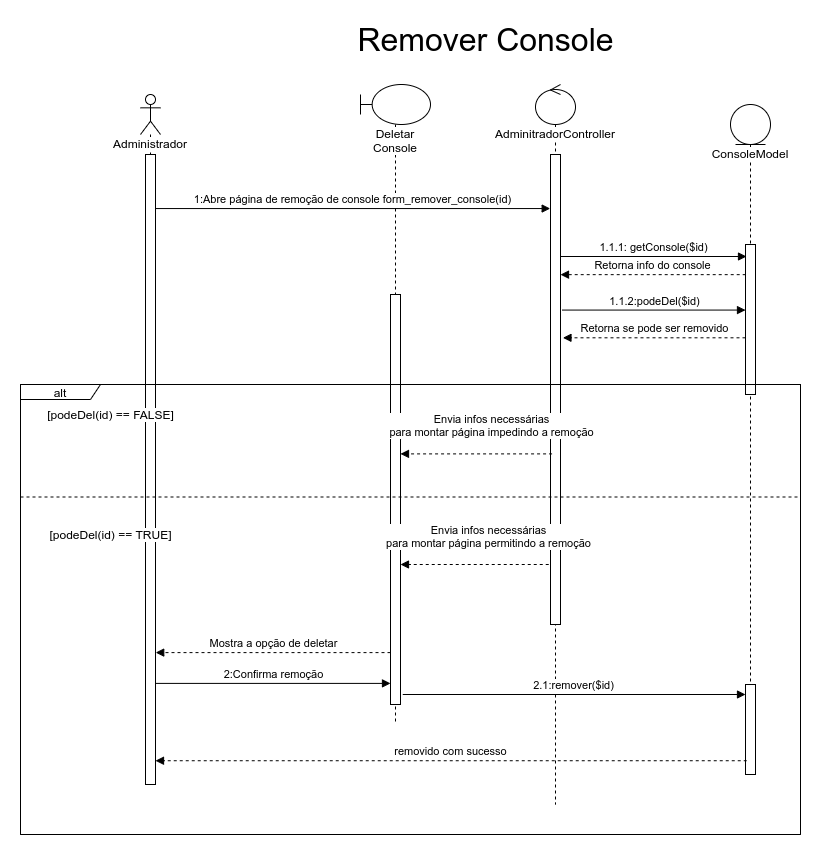
This is docs/Diagramas/Diagrama-Sequência/Sequencia-Remover Console.drawio.png from joaopaulo7/GCC188-Projeto-Final, a draw.io export, as it was before one commit. Source tidied: cells renumbered, new cells last; positions are measured from the earlier drawing's top-left corner, leaving out a move shared by most shapes.
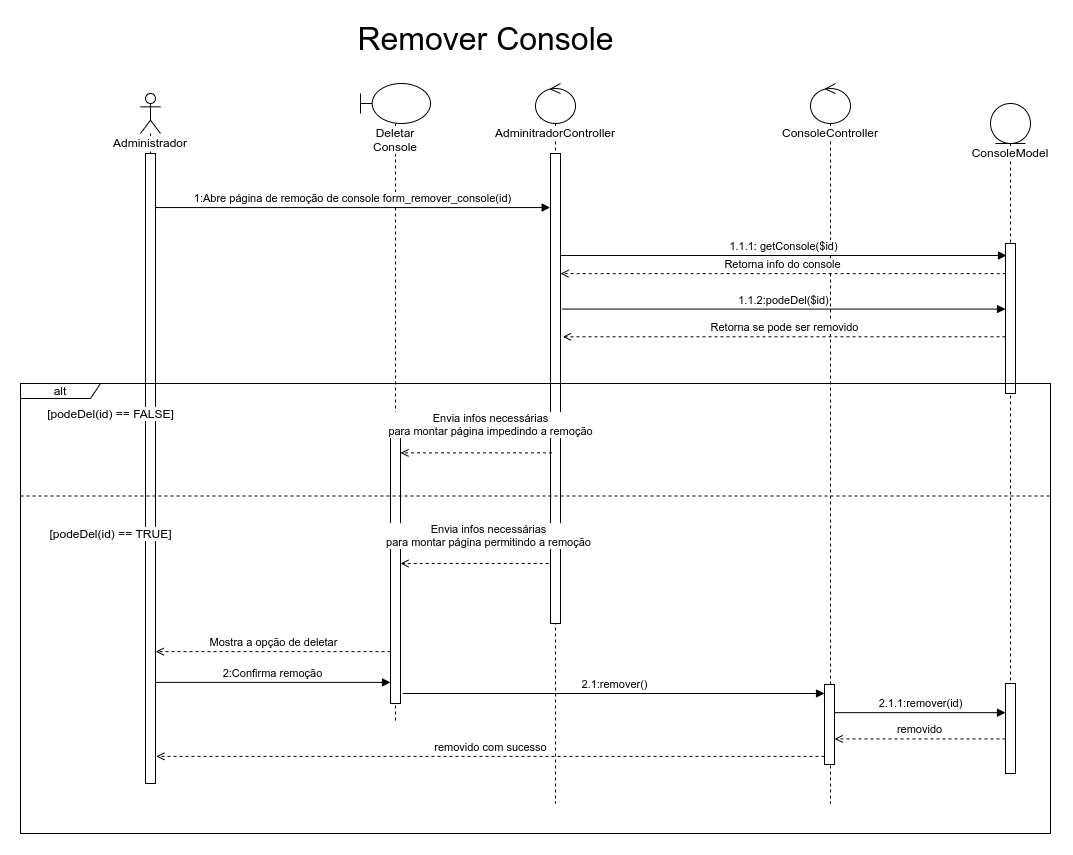
The same file after the commit.

The edit, as a diff of the source:
```diff
@@ -2,8 +2,11 @@
   <root>
     <mxCell id="0" />
     <mxCell id="1" parent="0" />
+    <mxCell id="28" value="&lt;span style=&quot;background-color: rgb(255 , 255 , 255)&quot;&gt;ConsoleController&lt;/span&gt;" style="shape=umlLifeline;participant=umlControl;perimeter=lifelinePerimeter;whiteSpace=wrap;html=1;verticalAlign=top;spacingTop=36;fillColor=default;" parent="1" vertex="1">
+      <mxGeometry x="790" y="60" width="40" height="720" as="geometry" />
+    </mxCell>
     <mxCell id="2" value="alt" style="shape=umlFrame;whiteSpace=wrap;html=1;width=80;height=15;" parent="1" vertex="1">
-      <mxGeometry y="360" width="780" height="450" as="geometry" />
+      <mxGeometry y="360" width="1030" height="450" as="geometry" />
     </mxCell>
     <mxCell id="3" value="&lt;span style=&quot;background-color: rgb(255 , 255 , 255)&quot;&gt;Administrador&lt;/span&gt;" style="shape=umlLifeline;participant=umlActor;perimeter=lifelinePerimeter;whiteSpace=wrap;html=1;verticalAlign=top;spacingTop=36;" parent="1" vertex="1">
       <mxGeometry x="120" y="70" width="20" height="690" as="geometry" />
@@ -15,7 +18,7 @@
       <mxGeometry x="340" y="60" width="70" height="640" as="geometry" />
     </mxCell>
     <mxCell id="6" style="html=1;points=[];perimeter=orthogonalPerimeter;labelBackgroundColor=none;fontSize=12;fillColor=default;" parent="5" vertex="1">
-      <mxGeometry x="30" y="210" width="10" height="410" as="geometry" />
+      <mxGeometry x="30" y="330" width="10" height="290" as="geometry" />
     </mxCell>
     <mxCell id="7" value="&lt;span style=&quot;background-color: rgb(255 , 255 , 255)&quot;&gt;AdminitradorController&lt;/span&gt;" style="shape=umlLifeline;participant=umlControl;perimeter=lifelinePerimeter;whiteSpace=wrap;html=1;verticalAlign=top;spacingTop=36;fillColor=default;" parent="1" vertex="1">
       <mxGeometry x="515" y="60" width="40" height="720" as="geometry" />
@@ -24,7 +27,7 @@
       <mxGeometry x="15" y="70" width="10" height="470" as="geometry" />
     </mxCell>
     <mxCell id="9" value="ConsoleModel" style="shape=umlLifeline;participant=umlEntity;perimeter=lifelinePerimeter;whiteSpace=wrap;html=1;verticalAlign=top;spacingTop=36;labelBackgroundColor=#FFFFFF;fillColor=default;" parent="1" vertex="1">
-      <mxGeometry x="710" y="80" width="40" height="620" as="geometry" />
+      <mxGeometry x="970" y="80" width="40" height="620" as="geometry" />
     </mxCell>
     <mxCell id="10" style="html=1;points=[];perimeter=orthogonalPerimeter;labelBackgroundColor=#FFFFFF;fillColor=default;" parent="9" vertex="1">
       <mxGeometry x="15" y="140" width="10" height="150" as="geometry" />
@@ -32,7 +35,7 @@
     <mxCell id="11" value="1.1.1: getConsole($id)" style="html=1;verticalAlign=bottom;endArrow=block;rounded=0;entryX=0.1;entryY=0.08;entryDx=0;entryDy=0;entryPerimeter=0;" parent="1" edge="1" source="8" target="10">
       <mxGeometry relative="1" as="geometry" />
     </mxCell>
-    <mxCell id="12" value="Retorna info do console" style="html=1;verticalAlign=bottom;endArrow=block;rounded=0;dashed=1;exitX=0.021;exitY=0.201;exitDx=0;exitDy=0;exitPerimeter=0;" parent="1" edge="1" source="10" target="8">
+    <mxCell id="12" value="Retorna info do console" style="html=1;verticalAlign=bottom;endArrow=open;rounded=0;dashed=1;exitX=0.021;exitY=0.201;exitDx=0;exitDy=0;exitPerimeter=0;endFill=0;" parent="1" edge="1" source="10" target="8">
       <mxGeometry relative="1" as="geometry" />
     </mxCell>
     <mxCell id="13" value="&lt;span style=&quot;font-size: 32px&quot;&gt;Remover Console&lt;/span&gt;" style="text;html=1;align=center;verticalAlign=middle;strokeColor=none;fillColor=none;" parent="1" vertex="1">
@@ -41,19 +44,19 @@
     <mxCell id="14" value="1:Abre página de remoção de console form_remover_console(id)" style="html=1;verticalAlign=bottom;endArrow=block;rounded=0;entryX=-0.031;entryY=0.115;entryDx=0;entryDy=0;entryPerimeter=0;" parent="1" edge="1" source="4" target="8">
       <mxGeometry relative="1" as="geometry" />
     </mxCell>
-    <mxCell id="15" value="Envia infos necessárias&lt;br&gt;para montar página impedindo a remoção" style="html=1;verticalAlign=bottom;endArrow=block;rounded=0;dashed=1;exitX=0.157;exitY=0.637;exitDx=0;exitDy=0;exitPerimeter=0;" parent="1" edge="1" source="8" target="6">
+    <mxCell id="15" value="Envia infos necessárias&lt;br&gt;para montar página impedindo a remoção" style="html=1;verticalAlign=bottom;endArrow=open;rounded=0;dashed=1;exitX=0.157;exitY=0.637;exitDx=0;exitDy=0;exitPerimeter=0;endFill=0;" parent="1" edge="1" source="8" target="6">
       <mxGeometry x="-0.19" y="-12" relative="1" as="geometry" />
     </mxCell>
     <mxCell id="16" value="1.1.2:podeDel($id)" style="html=1;verticalAlign=bottom;endArrow=block;rounded=0;exitX=1.176;exitY=0.331;exitDx=0;exitDy=0;exitPerimeter=0;" parent="1" edge="1" source="8" target="10">
       <mxGeometry relative="1" as="geometry" />
     </mxCell>
-    <mxCell id="17" value="Retorna se pode ser removido" style="html=1;verticalAlign=bottom;endArrow=block;rounded=0;dashed=1;entryX=1.245;entryY=0.39;entryDx=0;entryDy=0;entryPerimeter=0;" parent="1" edge="1" source="10" target="8">
+    <mxCell id="17" value="Retorna se pode ser removido" style="html=1;verticalAlign=bottom;endArrow=open;rounded=0;dashed=1;entryX=1.245;entryY=0.39;entryDx=0;entryDy=0;entryPerimeter=0;endFill=0;" parent="1" edge="1" source="10" target="8">
       <mxGeometry relative="1" as="geometry" />
     </mxCell>
     <mxCell id="18" style="html=1;points=[];perimeter=orthogonalPerimeter;labelBackgroundColor=none;fontSize=12;fillColor=default;" parent="1" vertex="1">
-      <mxGeometry x="725" y="660" width="10" height="90" as="geometry" />
+      <mxGeometry x="985" y="660" width="10" height="90" as="geometry" />
     </mxCell>
-    <mxCell id="19" value="Mostra a opção de deletar" style="html=1;verticalAlign=bottom;endArrow=block;rounded=0;dashed=1;startArrow=none;entryX=1.021;entryY=0.742;entryDx=0;entryDy=0;entryPerimeter=0;" parent="1" edge="1">
+    <mxCell id="19" value="Mostra a opção de deletar" style="html=1;verticalAlign=bottom;endArrow=open;rounded=0;dashed=1;startArrow=none;entryX=1.021;entryY=0.742;entryDx=0;entryDy=0;entryPerimeter=0;endFill=0;" parent="1" edge="1">
       <mxGeometry relative="1" as="geometry">
         <mxPoint x="370" y="628.1" as="sourcePoint" />
         <mxPoint x="135.2" y="628.1" as="targetPoint" />
@@ -65,31 +68,40 @@
         <mxPoint x="370" y="658.9" as="targetPoint" />
       </mxGeometry>
     </mxCell>
-    <mxCell id="21" value="2.1:remover($id)" style="html=1;verticalAlign=bottom;endArrow=block;rounded=0;exitX=0.952;exitY=0.798;exitDx=0;exitDy=0;exitPerimeter=0;" parent="1" edge="1" target="18">
+    <mxCell id="21" value="2.1:remover()" style="html=1;verticalAlign=bottom;endArrow=block;rounded=0;exitX=0.952;exitY=0.798;exitDx=0;exitDy=0;exitPerimeter=0;" parent="1" edge="1" target="29">
       <mxGeometry relative="1" as="geometry">
         <mxPoint x="382.3" y="670" as="sourcePoint" />
       </mxGeometry>
     </mxCell>
-    <mxCell id="22" value="removido com sucesso" style="html=1;verticalAlign=bottom;endArrow=block;rounded=0;dashed=1;startArrow=none;exitX=0.124;exitY=0.847;exitDx=0;exitDy=0;exitPerimeter=0;" parent="1" edge="1" source="18" target="4">
+    <mxCell id="22" value="removido com sucesso" style="html=1;verticalAlign=bottom;endArrow=open;rounded=0;dashed=1;startArrow=none;endFill=0;entryX=1.083;entryY=0.957;entryDx=0;entryDy=0;entryPerimeter=0;" parent="1" edge="1" source="29" target="4">
       <mxGeometry relative="1" as="geometry" />
     </mxCell>
     <mxCell id="23" style="swimlane;startSize=0;" parent="1" vertex="1">
-      <mxGeometry y="360" width="780" height="450" as="geometry" />
+      <mxGeometry y="360" width="1030" height="450" as="geometry" />
     </mxCell>
     <mxCell id="24" value="&lt;span style=&quot;background-color: rgb(255 , 255 , 255)&quot;&gt;[podeDel(id) == FALSE]&lt;/span&gt;" style="text;html=1;align=center;verticalAlign=middle;strokeColor=none;fillColor=none;" parent="23" vertex="1">
       <mxGeometry x="20" y="20" width="140" height="20" as="geometry" />
     </mxCell>
-    <mxCell id="25" value="Envia infos necessárias&lt;br&gt;para montar página permitindo a remoção" style="html=1;verticalAlign=bottom;endArrow=block;rounded=0;dashed=1;entryX=1.176;entryY=0.473;entryDx=0;entryDy=0;entryPerimeter=0;" parent="23" edge="1">
+    <mxCell id="25" value="Envia infos necessárias&lt;br&gt;para montar página permitindo a remoção" style="html=1;verticalAlign=bottom;endArrow=open;rounded=0;dashed=1;entryX=1.176;entryY=0.473;entryDx=0;entryDy=0;entryPerimeter=0;endFill=0;" parent="23" edge="1">
       <mxGeometry x="-0.19" y="-12" relative="1" as="geometry">
         <mxPoint x="528.2" y="180" as="sourcePoint" />
         <mxPoint x="380" y="180" as="targetPoint" />
       </mxGeometry>
     </mxCell>
+    <mxCell id="29" style="html=1;points=[];perimeter=orthogonalPerimeter;" parent="23" vertex="1">
+      <mxGeometry x="804" y="301" width="10" height="80" as="geometry" />
+    </mxCell>
     <mxCell id="26" style="endArrow=none;dashed=1;html=1;strokeWidth=1;rounded=0;exitX=0;exitY=0.25;exitDx=0;exitDy=0;entryX=1;entryY=0.25;entryDx=0;entryDy=0;" parent="1" edge="1" source="23" target="23">
       <mxGeometry relative="1" as="geometry" />
     </mxCell>
     <mxCell id="27" value="&lt;span style=&quot;background-color: rgb(255 , 255 , 255)&quot;&gt;[podeDel(id) == TRUE]&lt;/span&gt;" style="text;html=1;align=center;verticalAlign=middle;strokeColor=none;fillColor=none;" parent="1" vertex="1">
       <mxGeometry x="20" y="500" width="140" height="20" as="geometry" />
     </mxCell>
+    <mxCell id="30" value="2.1.1:remover(id)" style="html=1;verticalAlign=bottom;endArrow=block;rounded=0;exitX=1.017;exitY=0.352;exitDx=0;exitDy=0;exitPerimeter=0;" parent="1" edge="1" source="29" target="18">
+      <mxGeometry relative="1" as="geometry" />
+    </mxCell>
+    <mxCell id="31" value="removido" style="html=1;verticalAlign=bottom;endArrow=open;rounded=0;dashed=1;startArrow=none;endFill=0;entryX=1.017;entryY=0.68;entryDx=0;entryDy=0;entryPerimeter=0;" parent="1" edge="1" source="18" target="29">
+      <mxGeometry relative="1" as="geometry" />
+    </mxCell>
   </root>
 </mxGraphModel>
```
